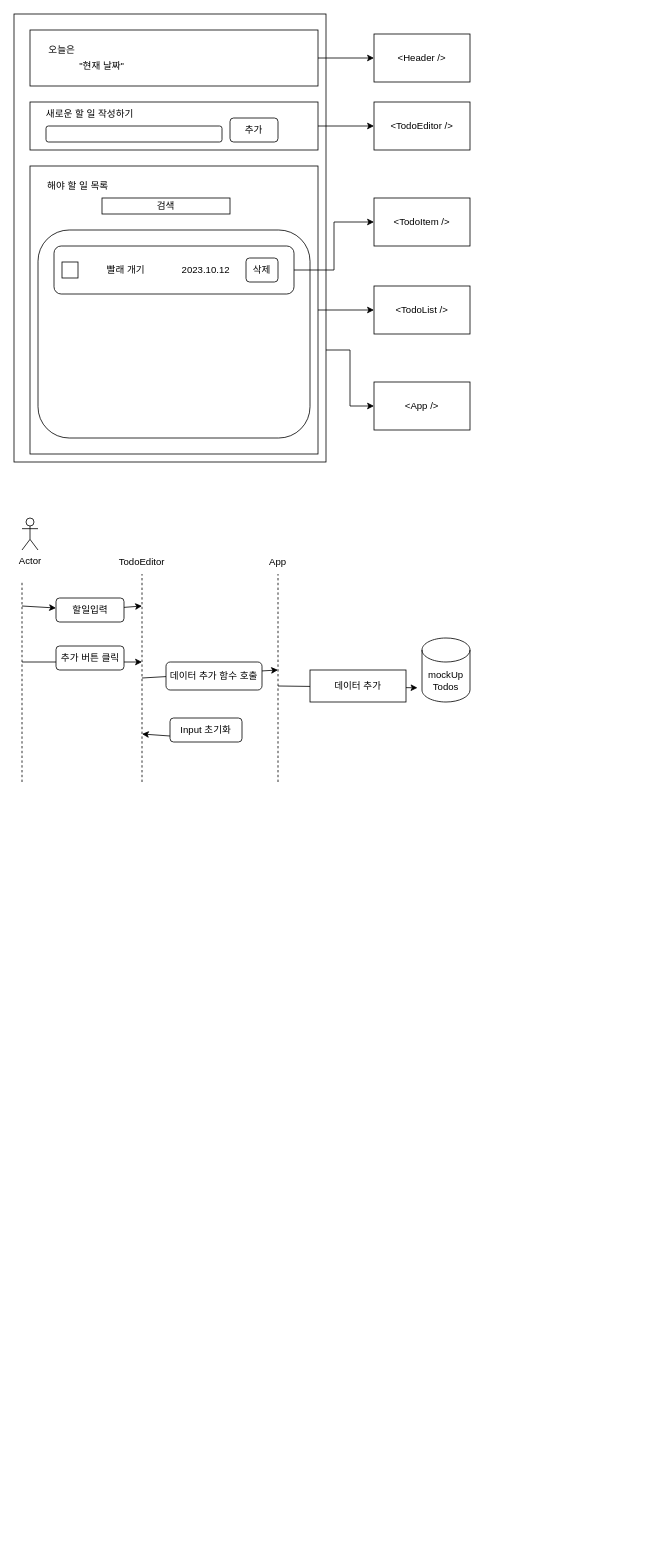
Earlier version of the draw.io diagram src/todolist.drawio (webshjin/react-project-todolist2). Source tidied: cells renumbered, new cells numbered last; positions are measured from the earlier drawing's top-left corner, leaving out a move shared by most shapes. Both pictures are drawn from the tidied source at 80%, with x=0, y=0 at pixel (14, 14).
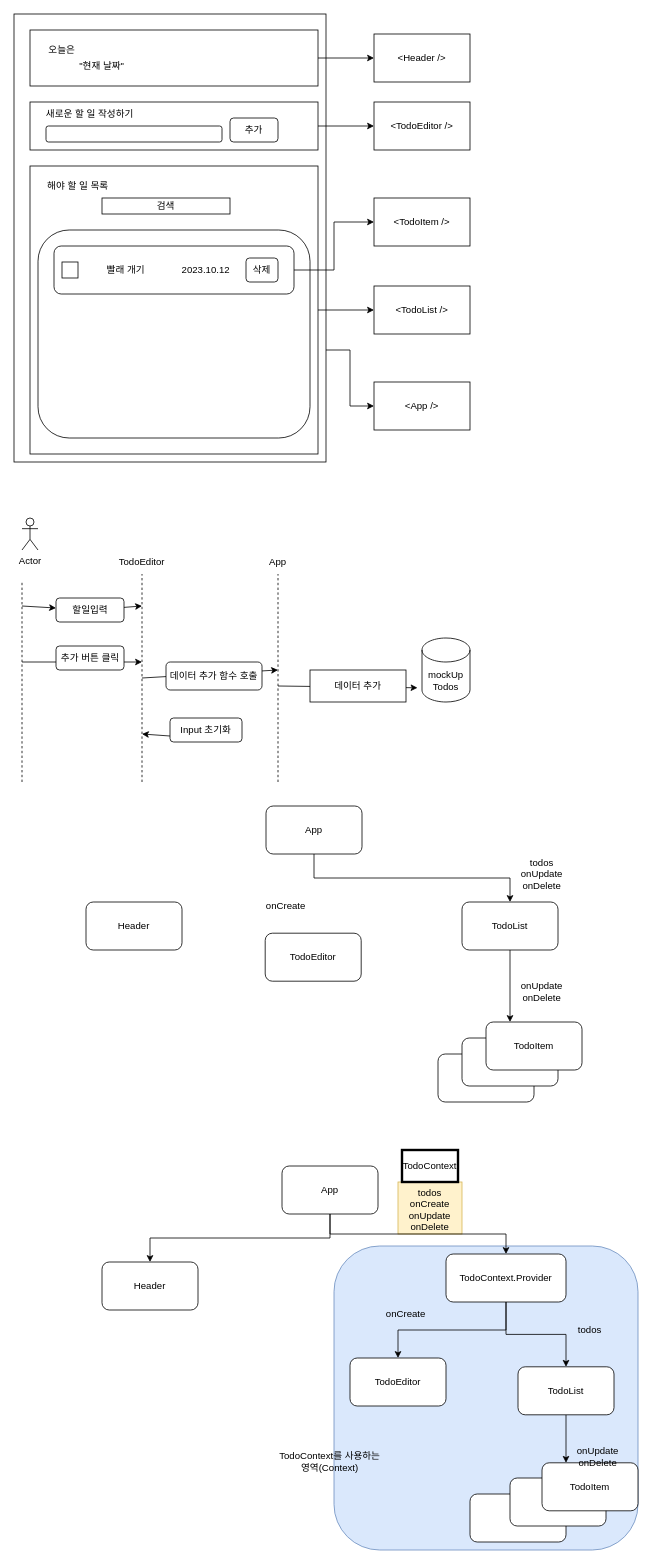
Above is the later version.

Diff of the diagram source:
```diff
@@
+    <mxCell id="47" style="rounded=0;whiteSpace=wrap;html=1;fillColor=#fff2cc;strokeColor=#d6b656;" parent="1" vertex="1">
+      <mxGeometry x="480" y="1460" width="80" height="65" as="geometry" />
+    </mxCell>
+    <mxCell id="48" style="rounded=1;whiteSpace=wrap;html=1;fillColor=#dae8fc;strokeColor=#6c8ebf;" parent="1" vertex="1">
+      <mxGeometry x="400" y="1540" width="380" height="380" as="geometry" />
+    </mxCell>
@@
+    <mxCell id="49" style="edgeStyle=orthogonalEdgeStyle;rounded=0;jettySize=auto;html=1;exitX=0.5;exitY=1;exitDx=0;exitDy=0;entryX=0.5;entryY=0;entryDx=0;entryDy=0;" parent="1" edge="1" source="50" target="53">
+      <mxGeometry relative="1" as="geometry" />
+    </mxCell>
+    <mxCell id="50" value="App" style="rounded=1;whiteSpace=wrap;html=1;" parent="1" vertex="1">
+      <mxGeometry x="315" y="990" width="120" height="60" as="geometry" />
+    </mxCell>
+    <mxCell id="51" value="Header" style="rounded=1;whiteSpace=wrap;html=1;" parent="1" vertex="1">
+      <mxGeometry x="90" y="1110" width="120" height="60" as="geometry" />
+    </mxCell>
+    <mxCell id="52" style="edgeStyle=orthogonalEdgeStyle;rounded=0;jettySize=auto;html=1;exitX=0.5;exitY=1;exitDx=0;exitDy=0;entryX=0.25;entryY=0;entryDx=0;entryDy=0;" parent="1" edge="1" source="53" target="57">
+      <mxGeometry relative="1" as="geometry" />
+    </mxCell>
+    <mxCell id="53" value="TodoList" style="rounded=1;whiteSpace=wrap;html=1;" parent="1" vertex="1">
+      <mxGeometry x="560" y="1110" width="120" height="60" as="geometry" />
+    </mxCell>
+    <mxCell id="54" value="TodoEditor" style="rounded=1;whiteSpace=wrap;html=1;" parent="1" vertex="1">
+      <mxGeometry x="314" y="1149" width="120" height="60" as="geometry" />
+    </mxCell>
+    <mxCell id="55" style="rounded=1;whiteSpace=wrap;html=1;" parent="1" vertex="1">
+      <mxGeometry x="530" y="1300" width="120" height="60" as="geometry" />
+    </mxCell>
+    <mxCell id="56" style="rounded=1;whiteSpace=wrap;html=1;" parent="1" vertex="1">
+      <mxGeometry x="560" y="1280" width="120" height="60" as="geometry" />
+    </mxCell>
+    <mxCell id="57" value="TodoItem" style="rounded=1;whiteSpace=wrap;html=1;" parent="1" vertex="1">
+      <mxGeometry x="590" y="1260" width="120" height="60" as="geometry" />
+    </mxCell>
+    <mxCell id="58" value="onCreate" style="text;html=1;strokeColor=none;fillColor=none;align=center;verticalAlign=middle;whiteSpace=wrap;rounded=0;" parent="1" vertex="1">
+      <mxGeometry x="310" y="1100" width="60" height="30" as="geometry" />
+    </mxCell>
+    <mxCell id="59" value="todos&lt;br&gt;onUpdate&lt;br&gt;onDelete" style="text;html=1;strokeColor=none;fillColor=none;align=center;verticalAlign=middle;whiteSpace=wrap;rounded=0;" parent="1" vertex="1">
+      <mxGeometry x="630" y="1060" width="60" height="30" as="geometry" />
+    </mxCell>
+    <mxCell id="60" value="&lt;br&gt;onUpdate&lt;br&gt;onDelete" style="text;html=1;strokeColor=none;fillColor=none;align=center;verticalAlign=middle;whiteSpace=wrap;rounded=0;" parent="1" vertex="1">
+      <mxGeometry x="630" y="1200" width="60" height="30" as="geometry" />
+    </mxCell>
+    <mxCell id="61" style="edgeStyle=orthogonalEdgeStyle;rounded=0;jettySize=auto;html=1;exitX=0.5;exitY=1;exitDx=0;exitDy=0;entryX=0.5;entryY=0;entryDx=0;entryDy=0;" parent="1" edge="1" source="63" target="64">
+      <mxGeometry relative="1" as="geometry" />
+    </mxCell>
+    <mxCell id="62" style="edgeStyle=orthogonalEdgeStyle;rounded=0;jettySize=auto;html=1;exitX=0.5;exitY=1;exitDx=0;exitDy=0;" parent="1" edge="1" source="63" target="76">
+      <mxGeometry relative="1" as="geometry" />
+    </mxCell>
+    <mxCell id="63" value="App" style="rounded=1;whiteSpace=wrap;html=1;" parent="1" vertex="1">
+      <mxGeometry x="335" y="1440" width="120" height="60" as="geometry" />
+    </mxCell>
+    <mxCell id="64" value="Header" style="rounded=1;whiteSpace=wrap;html=1;" parent="1" vertex="1">
+      <mxGeometry x="110" y="1560" width="120" height="60" as="geometry" />
+    </mxCell>
+    <mxCell id="65" style="edgeStyle=orthogonalEdgeStyle;rounded=0;jettySize=auto;html=1;exitX=0.5;exitY=1;exitDx=0;exitDy=0;entryX=0.25;entryY=0;entryDx=0;entryDy=0;" parent="1" edge="1" source="66" target="70">
+      <mxGeometry relative="1" as="geometry" />
+    </mxCell>
+    <mxCell id="66" value="TodoList" style="rounded=1;whiteSpace=wrap;html=1;" parent="1" vertex="1">
+      <mxGeometry x="630" y="1691" width="120" height="60" as="geometry" />
+    </mxCell>
+    <mxCell id="67" value="TodoEditor" style="rounded=1;whiteSpace=wrap;html=1;" parent="1" vertex="1">
+      <mxGeometry x="420" y="1680" width="120" height="60" as="geometry" />
+    </mxCell>
+    <mxCell id="68" style="rounded=1;whiteSpace=wrap;html=1;" parent="1" vertex="1">
+      <mxGeometry x="570" y="1850" width="120" height="60" as="geometry" />
+    </mxCell>
+    <mxCell id="69" style="rounded=1;whiteSpace=wrap;html=1;" parent="1" vertex="1">
+      <mxGeometry x="620" y="1830" width="120" height="60" as="geometry" />
+    </mxCell>
+    <mxCell id="70" value="TodoItem" style="rounded=1;whiteSpace=wrap;html=1;" parent="1" vertex="1">
+      <mxGeometry x="660" y="1811" width="120" height="60" as="geometry" />
+    </mxCell>
+    <mxCell id="71" value="onCreate" style="text;html=1;strokeColor=none;fillColor=none;align=center;verticalAlign=middle;whiteSpace=wrap;rounded=0;" parent="1" vertex="1">
+      <mxGeometry x="460" y="1610" width="60" height="30" as="geometry" />
+    </mxCell>
+    <mxCell id="72" value="todos" style="text;html=1;strokeColor=none;fillColor=none;align=center;verticalAlign=middle;whiteSpace=wrap;rounded=0;" parent="1" vertex="1">
+      <mxGeometry x="690" y="1630" width="60" height="30" as="geometry" />
+    </mxCell>
+    <mxCell id="73" value="&lt;br&gt;onUpdate&lt;br&gt;onDelete" style="text;html=1;strokeColor=none;fillColor=none;align=center;verticalAlign=middle;whiteSpace=wrap;rounded=0;" parent="1" vertex="1">
+      <mxGeometry x="700" y="1781" width="60" height="30" as="geometry" />
+    </mxCell>
+    <mxCell id="74" style="edgeStyle=orthogonalEdgeStyle;rounded=0;jettySize=auto;html=1;exitX=0.5;exitY=1;exitDx=0;exitDy=0;entryX=0.5;entryY=0;entryDx=0;entryDy=0;" parent="1" edge="1" source="76" target="67">
+      <mxGeometry relative="1" as="geometry" />
+    </mxCell>
+    <mxCell id="75" style="edgeStyle=orthogonalEdgeStyle;rounded=0;jettySize=auto;html=1;exitX=0.5;exitY=1;exitDx=0;exitDy=0;entryX=0.5;entryY=0;entryDx=0;entryDy=0;" parent="1" edge="1" source="76" target="66">
+      <mxGeometry relative="1" as="geometry" />
+    </mxCell>
+    <mxCell id="76" value="TodoContext.Provider" style="rounded=1;whiteSpace=wrap;html=1;" parent="1" vertex="1">
+      <mxGeometry x="540" y="1550" width="150" height="60" as="geometry" />
+    </mxCell>
+    <mxCell id="77" value="todos&lt;br&gt;onCreate&lt;br&gt;onUpdate&lt;br&gt;onDelete&lt;br&gt;" style="text;html=1;strokeColor=none;fillColor=none;align=center;verticalAlign=middle;whiteSpace=wrap;rounded=0;" parent="1" vertex="1">
+      <mxGeometry x="490" y="1480" width="60" height="30" as="geometry" />
+    </mxCell>
+    <mxCell id="78" value="TodoContext를 사용하는 &lt;br&gt;영역(Context)" style="text;html=1;strokeColor=none;fillColor=none;align=center;verticalAlign=middle;whiteSpace=wrap;rounded=0;" parent="1" vertex="1">
+      <mxGeometry x="320" y="1750" width="150" height="120" as="geometry" />
+    </mxCell>
+    <mxCell id="79" value="TodoContext" style="text;html=1;strokeColor=default;fillColor=none;align=center;verticalAlign=middle;whiteSpace=wrap;rounded=0;strokeWidth=3;" parent="1" vertex="1">
+      <mxGeometry x="485" y="1420" width="70" height="40" as="geometry" />
+    </mxCell>
```
